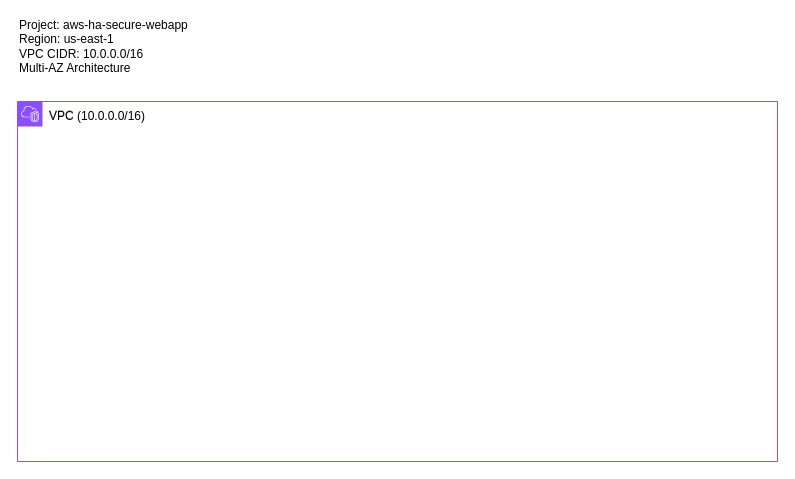
The draw.io diagram AWS HA WEBAPP DIAGRAM.drawio in pathog-en/aws-ha-secure-webapp-, before the edit. Source tidied: cells renumbered, new cells numbered last; positions are measured from the earlier drawing's top-left corner, leaving out a move shared by most shapes. Both pictures are drawn from the tidied source at 100%, with x=0, y=0 at pixel (17, 31).
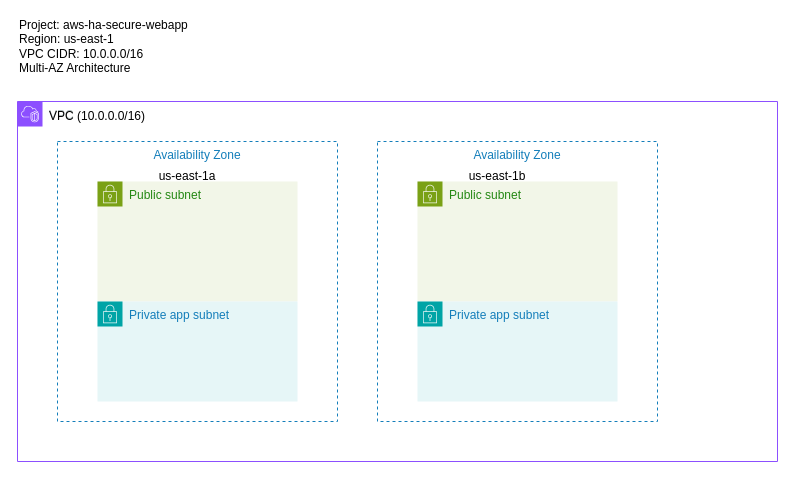
The same diagram, later.

Diff of the diagram source:
```diff
@@
 <mxGraphModel>
   <root>
     <mxCell id="0" />
     <mxCell id="1" parent="0" />
     <mxCell id="2" value="Project: aws-ha-secure-webapp&#10;Region: us-east-1&#10;VPC CIDR: 10.0.0.0/16&#10;Multi-AZ Architecture" style="text;html=1;whiteSpace=wrap;strokeColor=none;fillColor=none;align=left;verticalAlign=middle;rounded=0;" parent="1" vertex="1">
       <mxGeometry width="180" height="30" as="geometry" />
     </mxCell>
     <mxCell id="3" value="VPC" style="gradientColor=none;html=1;whiteSpace=wrap;fontSize=12;fontStyle=0;shape=mxgraph.aws4.group;grIcon=mxgraph.aws4.group_vpc2;strokeColor=#8C4FFF;fillColor=none;verticalAlign=top;align=left;spacingLeft=30;fontColor=#AAB7B8;dashed=0;" parent="1" vertex="1">
       <mxGeometry y="70" width="760" height="360" as="geometry" />
     </mxCell>
     <mxCell id="4" value="VPC (10.0.0.0/16)" style="text;html=1;whiteSpace=wrap;strokeColor=none;fillColor=none;align=center;verticalAlign=middle;rounded=0;" parent="3" vertex="1">
       <mxGeometry x="30" width="100" height="30" as="geometry" />
     </mxCell>
+    <mxCell id="5" value="Availability Zone" style="fillColor=none;strokeColor=#147EBA;dashed=1;verticalAlign=top;fontStyle=0;fontColor=#147EBA;whiteSpace=wrap;html=1;" parent="3" vertex="1">
+      <mxGeometry x="40" y="40" width="280" height="280" as="geometry" />
+    </mxCell>
+    <mxCell id="6" value="us-east-1a" style="text;html=1;whiteSpace=wrap;strokeColor=none;fillColor=none;align=center;verticalAlign=middle;rounded=0;" parent="3" vertex="1">
+      <mxGeometry x="140" y="60" width="60" height="30" as="geometry" />
+    </mxCell>
+    <mxCell id="7" value="us-east-1b" style="text;html=1;whiteSpace=wrap;strokeColor=none;fillColor=none;align=center;verticalAlign=middle;rounded=0;" parent="3" vertex="1">
+      <mxGeometry x="450" y="60" width="60" height="30" as="geometry" />
+    </mxCell>
+    <mxCell id="8" value="Public subnet" style="gradientColor=none;html=1;whiteSpace=wrap;fontSize=12;fontStyle=0;shape=mxgraph.aws4.group;grIcon=mxgraph.aws4.group_security_group;grStroke=0;strokeColor=#7AA116;fillColor=#F2F6E8;verticalAlign=top;align=left;spacingLeft=30;fontColor=#248814;dashed=0;" parent="3" vertex="1">
+      <mxGeometry x="80" y="80" width="200" height="120" as="geometry" />
+    </mxCell>
+    <mxCell id="9" value="Availability Zone" style="fillColor=none;strokeColor=#147EBA;dashed=1;verticalAlign=top;fontStyle=0;fontColor=#147EBA;whiteSpace=wrap;html=1;" parent="3" vertex="1">
+      <mxGeometry x="360" y="40" width="280" height="280" as="geometry" />
+    </mxCell>
+    <mxCell id="10" value="Public subnet" style="gradientColor=none;html=1;whiteSpace=wrap;fontSize=12;fontStyle=0;shape=mxgraph.aws4.group;grIcon=mxgraph.aws4.group_security_group;grStroke=0;strokeColor=#7AA116;fillColor=#F2F6E8;verticalAlign=top;align=left;spacingLeft=30;fontColor=#248814;dashed=0;" parent="3" vertex="1">
+      <mxGeometry x="400" y="80" width="200" height="120" as="geometry" />
+    </mxCell>
+    <mxCell id="11" value="Private app subnet" style="gradientColor=none;html=1;whiteSpace=wrap;fontSize=12;fontStyle=0;shape=mxgraph.aws4.group;grIcon=mxgraph.aws4.group_security_group;grStroke=0;strokeColor=#00A4A6;fillColor=#E6F6F7;verticalAlign=top;align=left;spacingLeft=30;fontColor=#147EBA;dashed=0;" parent="3" vertex="1">
+      <mxGeometry x="80" y="200" width="200" height="100" as="geometry" />
+    </mxCell>
+    <mxCell id="12" value="Private app subnet" style="gradientColor=none;html=1;whiteSpace=wrap;fontSize=12;fontStyle=0;shape=mxgraph.aws4.group;grIcon=mxgraph.aws4.group_security_group;grStroke=0;strokeColor=#00A4A6;fillColor=#E6F6F7;verticalAlign=top;align=left;spacingLeft=30;fontColor=#147EBA;dashed=0;" parent="3" vertex="1">
+      <mxGeometry x="400" y="200" width="200" height="100" as="geometry" />
+    </mxCell>
   </root>
 </mxGraphModel>
```
